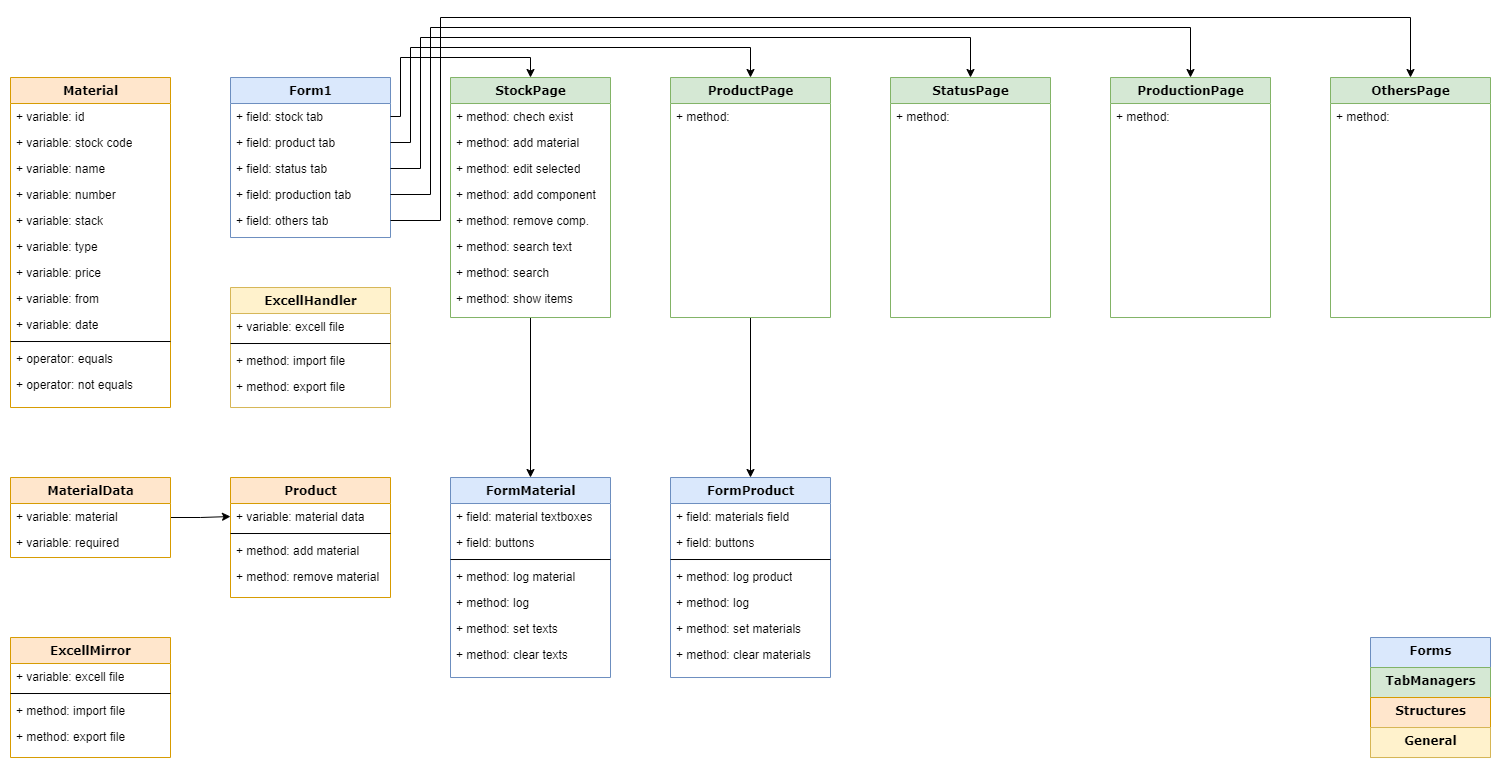
Above: FlowChart.drawio.png in BurakKaragol/Inventory-Stock-Keeping-Application (draw.io), before the change. Source tidied: cells renumbered, new cells last; positions are measured from the earlier drawing's top-left corner, leaving out a move shared by most shapes.
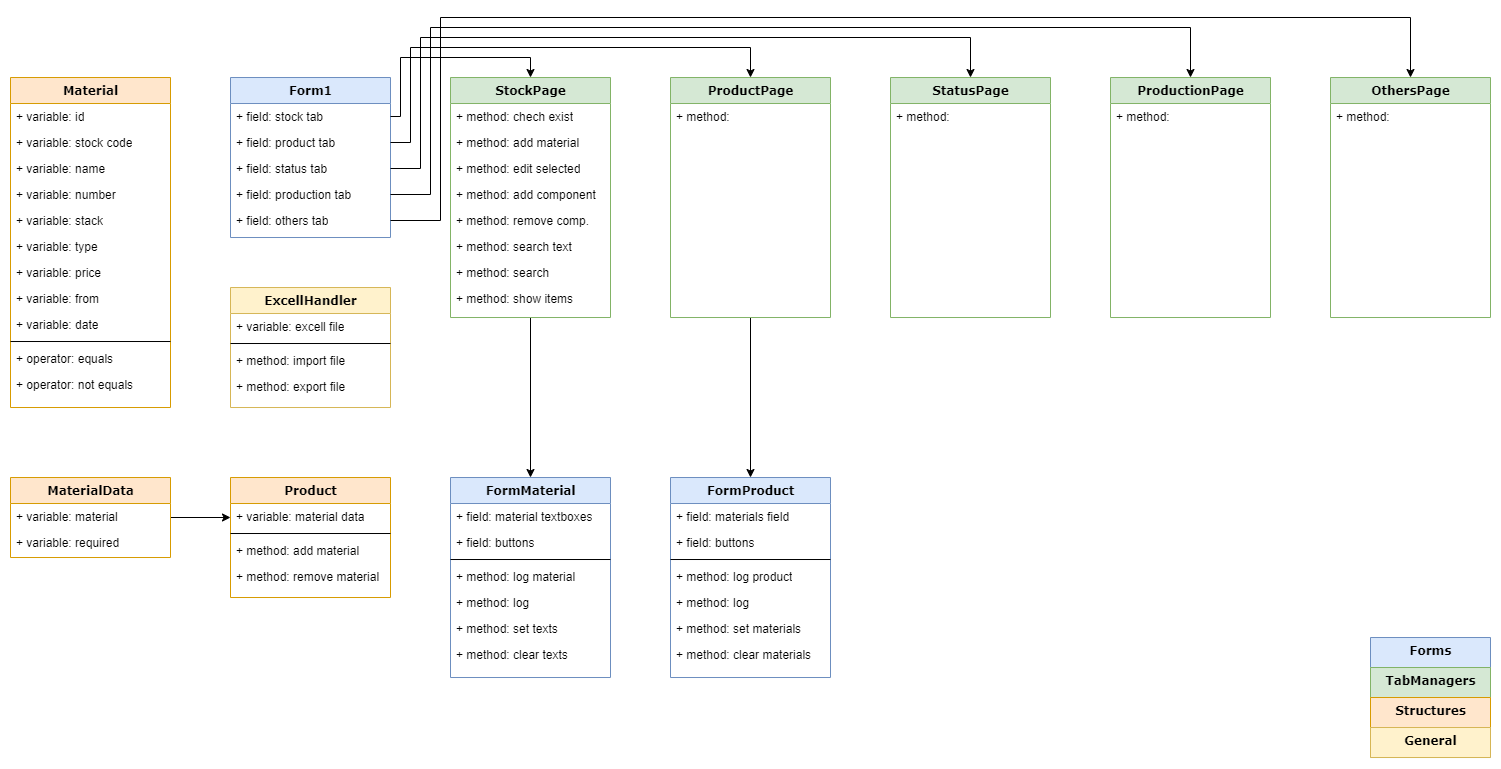
The same diagram one commit later.

The edit, as a diff of the source:
```diff
@@ -216,7 +216,11 @@
       </mxGeometry>
     </mxCell>
     <mxCell id="63" style="edgeStyle=orthogonalEdgeStyle;rounded=0;jettySize=auto;html=1;entryX=0;entryY=0.5;entryDx=0;entryDy=0;" parent="1" edge="1" source="64" target="40">
-      <mxGeometry relative="1" as="geometry" />
+      <mxGeometry relative="1" as="geometry">
+        <Array as="points">
+          <mxPoint x="220" y="500" />
+        </Array>
+      </mxGeometry>
     </mxCell>
     <mxCell id="64" value="MaterialData" style="swimlane;html=1;fontStyle=1;align=center;verticalAlign=top;horizontal=1;startSize=26;swimlaneFillColor=#ffffff;rounded=0;shadow=0;comic=0;labelBackgroundColor=none;strokeWidth=1;fillColor=#ffe6cc;fontFamily=Verdana;fontSize=12;strokeColor=#d79b00;" parent="1" vertex="1">
       <mxGeometry y="460" width="160" height="80" as="geometry" />
@@ -263,20 +267,5 @@
     <mxCell id="78" value="General" style="swimlane;html=1;fontStyle=1;align=center;verticalAlign=top;horizontal=1;startSize=120;swimlaneFillColor=#ffffff;rounded=0;shadow=0;comic=0;labelBackgroundColor=none;strokeWidth=1;fillColor=#fff2cc;fontFamily=Verdana;fontSize=12;strokeColor=#d6b656;" parent="75" vertex="1">
       <mxGeometry y="90" width="120" height="30" as="geometry" />
     </mxCell>
-    <mxCell id="79" value="ExcellMirror" style="swimlane;html=1;fontStyle=1;align=center;verticalAlign=top;horizontal=1;startSize=26;swimlaneFillColor=#ffffff;rounded=0;shadow=0;comic=0;labelBackgroundColor=none;strokeWidth=1;fillColor=#ffe6cc;fontFamily=Verdana;fontSize=12;strokeColor=#d79b00;" parent="1" vertex="1">
-      <mxGeometry y="620" width="160" height="120" as="geometry" />
-    </mxCell>
-    <mxCell id="80" value="+ variable: excell file" style="text;html=1;strokeColor=none;fillColor=none;align=left;verticalAlign=top;spacingLeft=4;spacingRight=4;whiteSpace=wrap;overflow=hidden;" parent="79" vertex="1">
-      <mxGeometry y="26" width="160" height="26" as="geometry" />
-    </mxCell>
-    <mxCell id="81" style="line;html=1;strokeWidth=1;fillColor=none;align=left;verticalAlign=middle;spacingTop=-1;spacingLeft=3;spacingRight=3;labelPosition=right;" parent="79" vertex="1">
-      <mxGeometry y="52" width="160" height="8" as="geometry" />
-    </mxCell>
-    <mxCell id="82" value="+ method: import file" style="text;html=1;strokeColor=none;fillColor=none;align=left;verticalAlign=top;spacingLeft=4;spacingRight=4;whiteSpace=wrap;overflow=hidden;" parent="79" vertex="1">
-      <mxGeometry y="60" width="160" height="26" as="geometry" />
-    </mxCell>
-    <mxCell id="83" value="+ method: export file" style="text;html=1;strokeColor=none;fillColor=none;align=left;verticalAlign=top;spacingLeft=4;spacingRight=4;whiteSpace=wrap;overflow=hidden;" parent="79" vertex="1">
-      <mxGeometry y="86" width="160" height="26" as="geometry" />
-    </mxCell>
   </root>
 </mxGraphModel>
```
